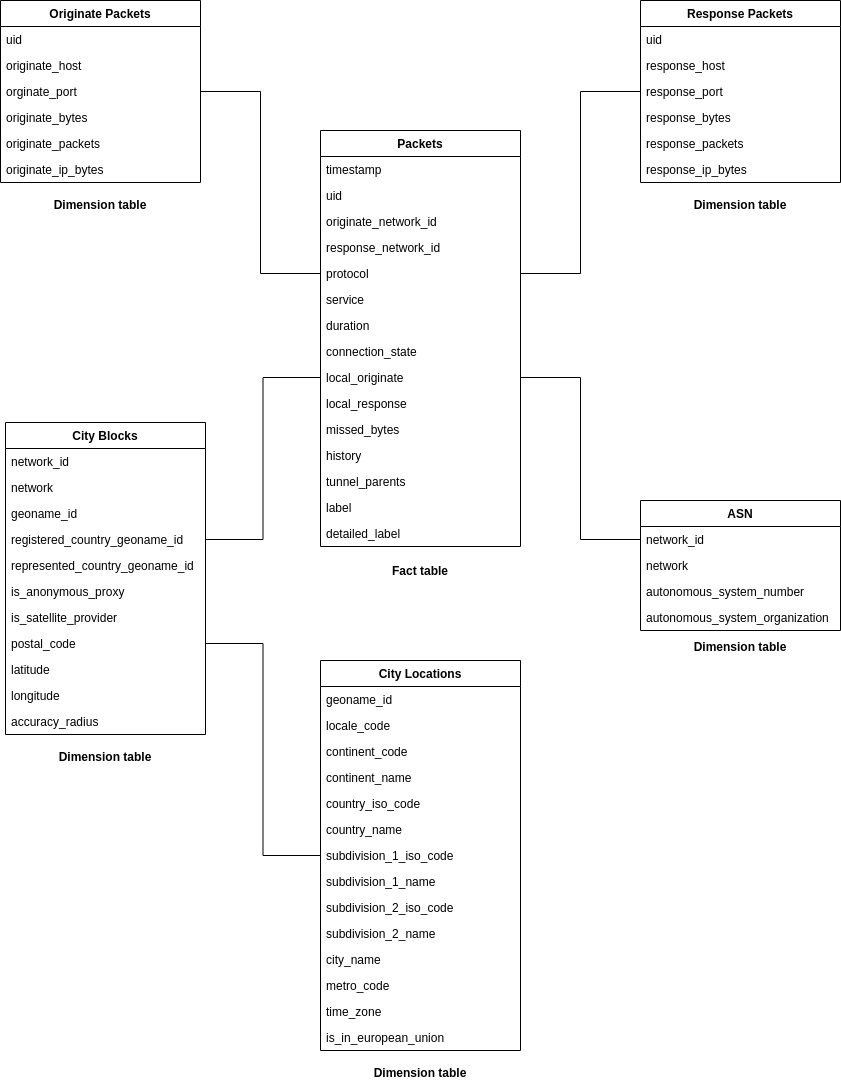
Above: assets/imgs/data-model.png in FredrikBakken/udacity_data-engineering (draw.io), before the change. Source tidied: cells renumbered, new cells last; positions are measured from the earlier drawing's top-left corner, leaving out a move shared by most shapes.
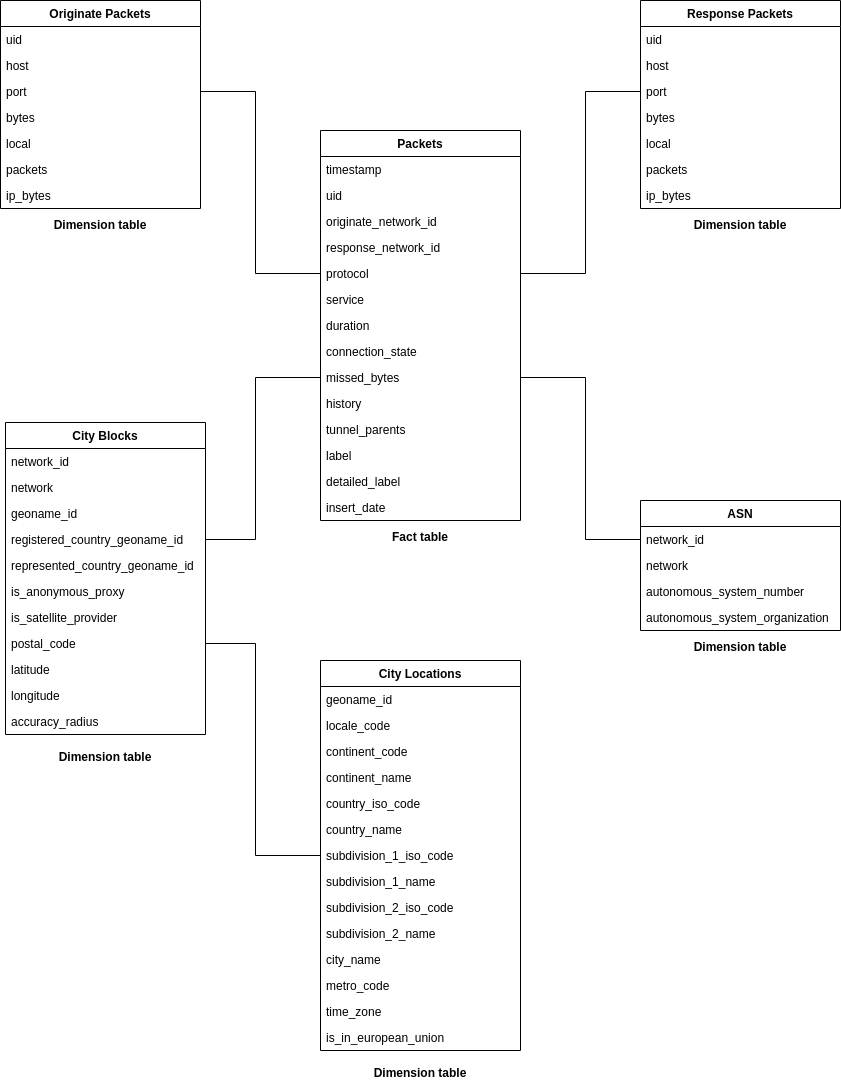
After the commit.

Change to the diagram source:
```diff
@@ -6,61 +6,61 @@
       <mxGeometry x="640" width="200" height="214" as="geometry" />
     </mxCell>
     <mxCell id="3" value="Response Packets" style="swimlane;fontStyle=1;horizontal=1;startSize=26;fillColor=none;" parent="2" vertex="1">
-      <mxGeometry width="200" height="182" as="geometry" />
+      <mxGeometry width="200" height="208" as="geometry" />
     </mxCell>
     <mxCell id="4" value="uid" style="text;strokeColor=none;fillColor=none;align=left;verticalAlign=top;spacingLeft=4;spacingRight=4;overflow=hidden;" parent="3" vertex="1">
       <mxGeometry y="26" width="200" height="26" as="geometry" />
     </mxCell>
-    <mxCell id="5" value="response_host" style="text;strokeColor=none;fillColor=none;align=left;verticalAlign=top;spacingLeft=4;spacingRight=4;overflow=hidden;" parent="3" vertex="1">
+    <mxCell id="5" value="host" style="text;strokeColor=none;fillColor=none;align=left;verticalAlign=top;spacingLeft=4;spacingRight=4;overflow=hidden;" parent="3" vertex="1">
       <mxGeometry y="52" width="200" height="26" as="geometry" />
     </mxCell>
-    <mxCell id="6" value="response_port" style="text;strokeColor=none;fillColor=none;align=left;verticalAlign=top;spacingLeft=4;spacingRight=4;overflow=hidden;points=[[0,0.5],[1,0.5]];portConstraint=eastwest;" parent="3" vertex="1">
+    <mxCell id="6" value="port" style="text;strokeColor=none;fillColor=none;align=left;verticalAlign=top;spacingLeft=4;spacingRight=4;overflow=hidden;points=[[0,0.5],[1,0.5]];portConstraint=eastwest;" parent="3" vertex="1">
       <mxGeometry y="78" width="200" height="26" as="geometry" />
     </mxCell>
-    <mxCell id="7" value="response_bytes" style="text;strokeColor=none;fillColor=none;align=left;verticalAlign=top;spacingLeft=4;spacingRight=4;overflow=hidden;" parent="3" vertex="1">
+    <mxCell id="7" value="bytes" style="text;strokeColor=none;fillColor=none;align=left;verticalAlign=top;spacingLeft=4;spacingRight=4;overflow=hidden;" parent="3" vertex="1">
       <mxGeometry y="104" width="200" height="26" as="geometry" />
     </mxCell>
+    <mxCell id="81" value="local" style="text;strokeColor=none;fillColor=none;align=left;verticalAlign=top;spacingLeft=4;spacingRight=4;overflow=hidden;" parent="3" vertex="1">
+      <mxGeometry y="130" width="200" height="26" as="geometry" />
+    </mxCell>
-    <mxCell id="8" value="response_packets" style="text;strokeColor=none;fillColor=none;align=left;verticalAlign=top;spacingLeft=4;spacingRight=4;overflow=hidden;" parent="3" vertex="1">
-      <mxGeometry y="130" width="200" height="26" as="geometry" />
+    <mxCell id="8" value="packets" style="text;strokeColor=none;fillColor=none;align=left;verticalAlign=top;spacingLeft=4;spacingRight=4;overflow=hidden;" parent="3" vertex="1">
+      <mxGeometry y="156" width="200" height="26" as="geometry" />
     </mxCell>
-    <mxCell id="9" value="response_ip_bytes" style="text;strokeColor=none;fillColor=none;align=left;verticalAlign=top;spacingLeft=4;spacingRight=4;overflow=hidden;" parent="3" vertex="1">
-      <mxGeometry y="156" width="200" height="26" as="geometry" />
+    <mxCell id="9" value="ip_bytes" style="text;strokeColor=none;fillColor=none;align=left;verticalAlign=top;spacingLeft=4;spacingRight=4;overflow=hidden;" parent="3" vertex="1">
+      <mxGeometry y="182" width="200" height="26" as="geometry" />
     </mxCell>
-    <mxCell id="10" value="Dimension table" style="text;html=1;strokeColor=none;fillColor=none;align=center;verticalAlign=middle;whiteSpace=wrap;rounded=0;fontStyle=1;" parent="2" vertex="1">
-      <mxGeometry y="194" width="200" height="20" as="geometry" />
-    </mxCell>
     <mxCell id="11" style="group;" parent="1" vertex="1">
       <mxGeometry width="200" height="214" as="geometry" />
     </mxCell>
-    <mxCell id="12" value="Dimension table" style="text;html=1;strokeColor=none;fillColor=none;align=center;verticalAlign=middle;whiteSpace=wrap;rounded=0;fontStyle=1;" parent="11" vertex="1">
-      <mxGeometry y="194" width="200" height="20" as="geometry" />
-    </mxCell>
     <mxCell id="13" value="Originate Packets" style="swimlane;fontStyle=1;horizontal=1;startSize=26;fillColor=none;" parent="11" vertex="1">
-      <mxGeometry width="200" height="182" as="geometry" />
+      <mxGeometry width="200" height="208" as="geometry" />
     </mxCell>
     <mxCell id="14" value="uid" style="text;strokeColor=none;fillColor=none;align=left;verticalAlign=top;spacingLeft=4;spacingRight=4;overflow=hidden;" parent="13" vertex="1">
       <mxGeometry y="26" width="200" height="26" as="geometry" />
     </mxCell>
-    <mxCell id="15" value="originate_host" style="text;strokeColor=none;fillColor=none;align=left;verticalAlign=top;spacingLeft=4;spacingRight=4;overflow=hidden;" parent="13" vertex="1">
+    <mxCell id="15" value="host" style="text;strokeColor=none;fillColor=none;align=left;verticalAlign=top;spacingLeft=4;spacingRight=4;overflow=hidden;" parent="13" vertex="1">
       <mxGeometry y="52" width="200" height="26" as="geometry" />
     </mxCell>
-    <mxCell id="16" value="orginate_port" style="text;strokeColor=none;fillColor=none;align=left;verticalAlign=top;spacingLeft=4;spacingRight=4;overflow=hidden;points=[[0,0.5],[1,0.5]];portConstraint=eastwest;" parent="13" vertex="1">
+    <mxCell id="16" value="port" style="text;strokeColor=none;fillColor=none;align=left;verticalAlign=top;spacingLeft=4;spacingRight=4;overflow=hidden;points=[[0,0.5],[1,0.5]];portConstraint=eastwest;" parent="13" vertex="1">
       <mxGeometry y="78" width="200" height="26" as="geometry" />
     </mxCell>
-    <mxCell id="17" value="originate_bytes" style="text;strokeColor=none;fillColor=none;align=left;verticalAlign=top;spacingLeft=4;spacingRight=4;overflow=hidden;" parent="13" vertex="1">
+    <mxCell id="17" value="bytes" style="text;strokeColor=none;fillColor=none;align=left;verticalAlign=top;spacingLeft=4;spacingRight=4;overflow=hidden;" parent="13" vertex="1">
       <mxGeometry y="104" width="200" height="26" as="geometry" />
     </mxCell>
+    <mxCell id="82" value="local" style="text;strokeColor=none;fillColor=none;align=left;verticalAlign=top;spacingLeft=4;spacingRight=4;overflow=hidden;" parent="13" vertex="1">
+      <mxGeometry y="130" width="200" height="26" as="geometry" />
+    </mxCell>
-    <mxCell id="18" value="originate_packets" style="text;strokeColor=none;fillColor=none;align=left;verticalAlign=top;spacingLeft=4;spacingRight=4;overflow=hidden;" parent="13" vertex="1">
-      <mxGeometry y="130" width="200" height="26" as="geometry" />
+    <mxCell id="18" value="packets" style="text;strokeColor=none;fillColor=none;align=left;verticalAlign=top;spacingLeft=4;spacingRight=4;overflow=hidden;" parent="13" vertex="1">
+      <mxGeometry y="156" width="200" height="26" as="geometry" />
     </mxCell>
-    <mxCell id="19" value="originate_ip_bytes" style="text;strokeColor=none;fillColor=none;align=left;verticalAlign=top;spacingLeft=4;spacingRight=4;overflow=hidden;" parent="13" vertex="1">
-      <mxGeometry y="156" width="200" height="26" as="geometry" />
+    <mxCell id="19" value="ip_bytes" style="text;strokeColor=none;fillColor=none;align=left;verticalAlign=top;spacingLeft=4;spacingRight=4;overflow=hidden;" parent="13" vertex="1">
+      <mxGeometry y="182" width="200" height="26" as="geometry" />
     </mxCell>
     <mxCell id="20" style="group;" parent="1" vertex="1">
       <mxGeometry x="320" y="130" width="200" height="450" as="geometry" />
     </mxCell>
     <mxCell id="21" value="Packets" style="swimlane;fontStyle=1;horizontal=1;startSize=26;fillColor=none;" parent="20" vertex="1">
-      <mxGeometry width="200" height="416" as="geometry" />
+      <mxGeometry width="200" height="390" as="geometry" />
     </mxCell>
     <mxCell id="22" value="timestamp" style="text;strokeColor=none;fillColor=none;align=left;verticalAlign=top;spacingLeft=4;spacingRight=4;overflow=hidden;" parent="21" vertex="1">
       <mxGeometry y="26" width="200" height="26" as="geometry" />
@@ -86,29 +86,26 @@
     <mxCell id="29" value="connection_state" style="text;strokeColor=none;fillColor=none;align=left;verticalAlign=top;spacingLeft=4;spacingRight=4;overflow=hidden;" parent="21" vertex="1">
       <mxGeometry y="208" width="200" height="26" as="geometry" />
     </mxCell>
-    <mxCell id="30" value="local_originate" style="text;strokeColor=none;fillColor=none;align=left;verticalAlign=top;spacingLeft=4;spacingRight=4;overflow=hidden;points=[[0,0.5],[1,0.5]];portConstraint=eastwest;" parent="21" vertex="1">
-      <mxGeometry y="234" width="200" height="26" as="geometry" />
-    </mxCell>
-    <mxCell id="31" value="local_response" style="text;strokeColor=none;fillColor=none;align=left;verticalAlign=top;spacingLeft=4;spacingRight=4;overflow=hidden;" parent="21" vertex="1">
-      <mxGeometry y="260" width="200" height="26" as="geometry" />
-    </mxCell>
     <mxCell id="32" value="missed_bytes" style="text;strokeColor=none;fillColor=none;align=left;verticalAlign=top;spacingLeft=4;spacingRight=4;overflow=hidden;" parent="21" vertex="1">
-      <mxGeometry y="286" width="200" height="26" as="geometry" />
+      <mxGeometry y="234" width="200" height="26" as="geometry" />
     </mxCell>
     <mxCell id="33" value="history" style="text;strokeColor=none;fillColor=none;align=left;verticalAlign=top;spacingLeft=4;spacingRight=4;overflow=hidden;" parent="21" vertex="1">
-      <mxGeometry y="312" width="200" height="26" as="geometry" />
+      <mxGeometry y="260" width="200" height="26" as="geometry" />
     </mxCell>
     <mxCell id="34" value="tunnel_parents" style="text;strokeColor=none;fillColor=none;align=left;verticalAlign=top;spacingLeft=4;spacingRight=4;overflow=hidden;" parent="21" vertex="1">
-      <mxGeometry y="338" width="200" height="26" as="geometry" />
+      <mxGeometry y="286" width="200" height="26" as="geometry" />
     </mxCell>
     <mxCell id="35" value="label" style="text;strokeColor=none;fillColor=none;align=left;verticalAlign=top;spacingLeft=4;spacingRight=4;overflow=hidden;" parent="21" vertex="1">
-      <mxGeometry y="364" width="200" height="26" as="geometry" />
+      <mxGeometry y="312" width="200" height="26" as="geometry" />
     </mxCell>
     <mxCell id="36" value="detailed_label" style="text;strokeColor=none;fillColor=none;align=left;verticalAlign=top;spacingLeft=4;spacingRight=4;overflow=hidden;" parent="21" vertex="1">
-      <mxGeometry y="390" width="200" height="26" as="geometry" />
+      <mxGeometry y="338" width="200" height="26" as="geometry" />
     </mxCell>
+    <mxCell id="83" value="insert_date" style="text;strokeColor=none;fillColor=none;align=left;verticalAlign=top;spacingLeft=4;spacingRight=4;overflow=hidden;" parent="21" vertex="1">
+      <mxGeometry y="364" width="200" height="26" as="geometry" />
+    </mxCell>
     <mxCell id="37" value="Fact table" style="text;html=1;strokeColor=none;fillColor=none;align=center;verticalAlign=middle;whiteSpace=wrap;rounded=0;fontStyle=1;" parent="20" vertex="1">
-      <mxGeometry y="430" width="200" height="20" as="geometry" />
+      <mxGeometry y="396" width="200" height="20" as="geometry" />
     </mxCell>
     <mxCell id="38" style="group;" parent="1" vertex="1">
       <mxGeometry x="640" y="500" width="200" height="136" as="geometry" />
@@ -219,19 +216,46 @@
       <mxGeometry y="402" width="200" height="20" as="geometry" />
     </mxCell>
     <mxCell id="74" style="edgeStyle=orthogonalEdgeStyle;rounded=0;jettySize=auto;html=1;exitX=0;exitY=0.5;exitDx=0;exitDy=0;endArrow=none;endFill=0;strokeWidth=1;" parent="1" edge="1" source="65" target="53">
-      <mxGeometry relative="1" as="geometry" />
+      <mxGeometry relative="1" as="geometry">
+        <Array as="points">
+          <mxPoint x="255" y="855" />
+          <mxPoint x="255" y="643" />
+        </Array>
+      </mxGeometry>
     </mxCell>
-    <mxCell id="75" style="edgeStyle=orthogonalEdgeStyle;rounded=0;jettySize=auto;html=1;exitX=1;exitY=0.5;exitDx=0;exitDy=0;entryX=0;entryY=0.5;entryDx=0;entryDy=0;endArrow=none;endFill=0;strokeWidth=1;" parent="1" edge="1" source="49" target="30">
-      <mxGeometry relative="1" as="geometry" />
+    <mxCell id="75" style="edgeStyle=orthogonalEdgeStyle;rounded=0;jettySize=auto;html=1;exitX=1;exitY=0.5;exitDx=0;exitDy=0;entryX=0;entryY=0.5;entryDx=0;entryDy=0;endArrow=none;endFill=0;strokeWidth=1;" parent="1" edge="1" source="49">
+      <mxGeometry relative="1" as="geometry">
+        <mxPoint x="320" y="377" as="targetPoint" />
+        <Array as="points">
+          <mxPoint x="255" y="539" />
+          <mxPoint x="255" y="377" />
+        </Array>
+      </mxGeometry>
     </mxCell>
-    <mxCell id="76" style="edgeStyle=orthogonalEdgeStyle;rounded=0;jettySize=auto;html=1;exitX=0;exitY=0.5;exitDx=0;exitDy=0;entryX=1;entryY=0.5;entryDx=0;entryDy=0;endArrow=none;endFill=0;strokeWidth=1;" parent="1" edge="1" source="40" target="30">
-      <mxGeometry relative="1" as="geometry" />
+    <mxCell id="76" style="edgeStyle=orthogonalEdgeStyle;rounded=0;jettySize=auto;html=1;exitX=0;exitY=0.5;exitDx=0;exitDy=0;entryX=1;entryY=0.5;entryDx=0;entryDy=0;endArrow=none;endFill=0;strokeWidth=1;" parent="1" edge="1" source="40">
+      <mxGeometry relative="1" as="geometry">
+        <mxPoint x="520" y="377" as="targetPoint" />
+        <Array as="points">
+          <mxPoint x="585" y="539" />
+          <mxPoint x="585" y="377" />
+        </Array>
+      </mxGeometry>
     </mxCell>
     <mxCell id="77" style="edgeStyle=orthogonalEdgeStyle;rounded=0;jettySize=auto;html=1;exitX=1;exitY=0.5;exitDx=0;exitDy=0;entryX=0;entryY=0.5;entryDx=0;entryDy=0;endArrow=none;endFill=0;strokeWidth=1;" parent="1" edge="1" source="16" target="26">
-      <mxGeometry relative="1" as="geometry" />
+      <mxGeometry relative="1" as="geometry">
+        <Array as="points">
+          <mxPoint x="255" y="91" />
+          <mxPoint x="255" y="273" />
+        </Array>
+      </mxGeometry>
     </mxCell>
     <mxCell id="78" style="edgeStyle=orthogonalEdgeStyle;rounded=0;jettySize=auto;html=1;exitX=0;exitY=0.5;exitDx=0;exitDy=0;entryX=1;entryY=0.5;entryDx=0;entryDy=0;endArrow=none;endFill=0;strokeWidth=1;" parent="1" edge="1" source="6" target="26">
-      <mxGeometry relative="1" as="geometry" />
+      <mxGeometry relative="1" as="geometry">
+        <Array as="points">
+          <mxPoint x="585" y="91" />
+          <mxPoint x="585" y="273" />
+        </Array>
+      </mxGeometry>
     </mxCell>
     <mxCell id="79" value="Dimension table" style="text;html=1;strokeColor=none;fillColor=none;align=center;verticalAlign=middle;whiteSpace=wrap;rounded=0;fontStyle=1;" parent="1" vertex="1">
       <mxGeometry x="640" y="636" width="200" height="20" as="geometry" />
@@ -239,5 +263,11 @@
     <mxCell id="80" value="Dimension table" style="text;html=1;strokeColor=none;fillColor=none;align=center;verticalAlign=middle;whiteSpace=wrap;rounded=0;fontStyle=1;" parent="1" vertex="1">
       <mxGeometry x="5" y="746" width="200" height="20" as="geometry" />
     </mxCell>
+    <mxCell id="12" value="Dimension table" style="text;html=1;strokeColor=none;fillColor=none;align=center;verticalAlign=middle;whiteSpace=wrap;rounded=0;fontStyle=1;" parent="1" vertex="1">
+      <mxGeometry y="214" width="200" height="20" as="geometry" />
+    </mxCell>
+    <mxCell id="10" value="Dimension table" style="text;html=1;strokeColor=none;fillColor=none;align=center;verticalAlign=middle;whiteSpace=wrap;rounded=0;fontStyle=1;" parent="1" vertex="1">
+      <mxGeometry x="640" y="214" width="200" height="20" as="geometry" />
+    </mxCell>
   </root>
 </mxGraphModel>
```
